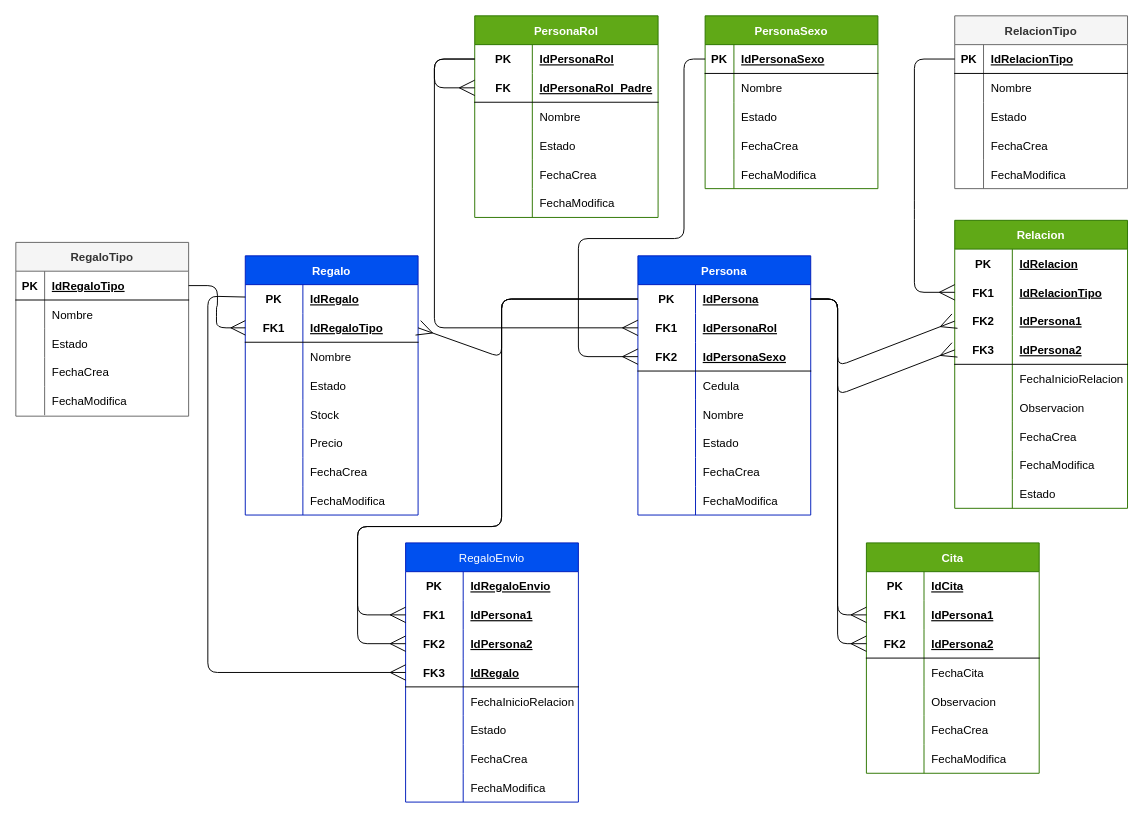
EdisonV5329/Grupo5_CodeMasters keeps this draw.io diagram as Grupo5_PoliTinder/design/Diagrama_database.drawio. Above is the earlier version. Source tidied: cells renumbered, new cells numbered last; positions are measured from the earlier drawing's top-left corner, leaving out a move shared by most shapes. Both pictures are drawn from the tidied source at 96%, with x=0, y=0 at pixel (15, 15).
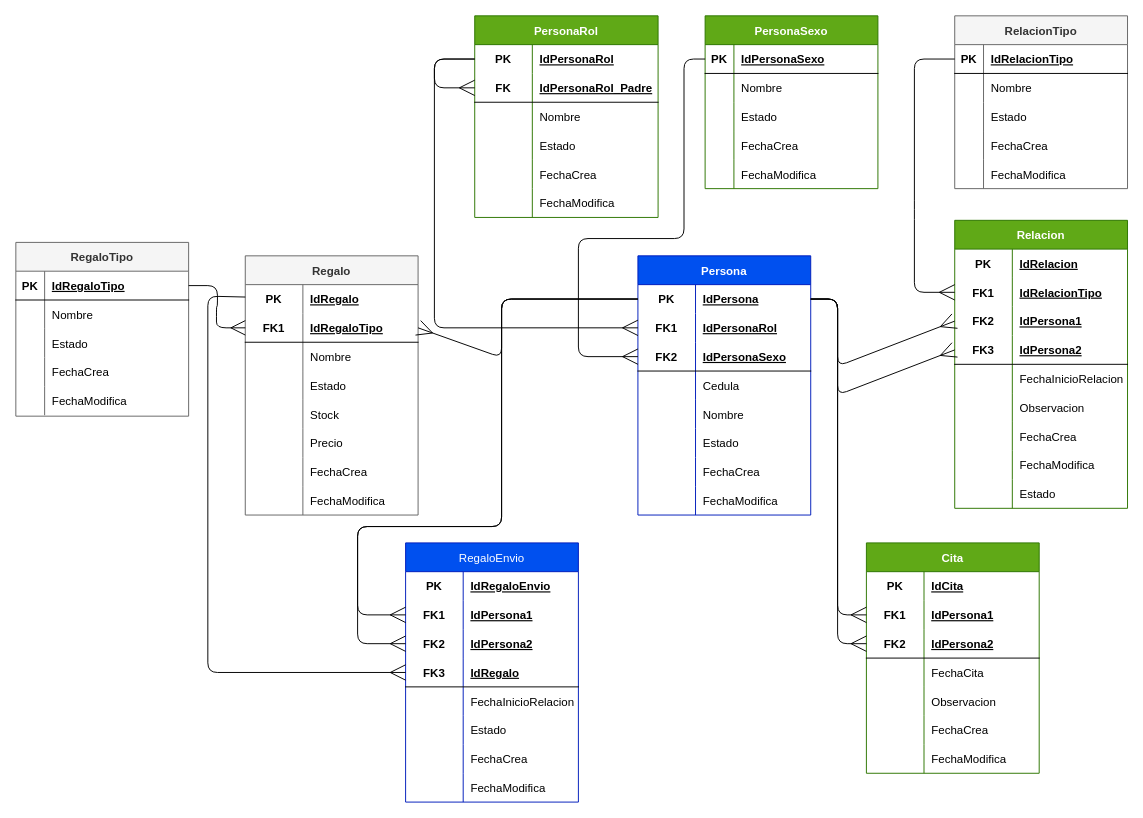
The same page after the edit.

The edit, as a diff of the source:
```diff
@@
-    <mxCell id="18" value="Regalo" style="shape=table;startSize=30;childLayout=tableLayout;rowLines=0;fontStyle=1;align=center;strokeColor=#001DBC;fontColor=#ffffff;fillColor=#0050ef;" parent="1" vertex="1">
+    <mxCell id="18" value="Regalo" style="shape=table;startSize=30;childLayout=tableLayout;rowLines=0;fontStyle=1;align=center;strokeColor=#666666;fontColor=#333333;fillColor=#f5f5f5;" parent="1" vertex="1">
       <mxGeometry x="239" y="250" width="180" height="270" as="geometry" />
     </mxCell>
```
